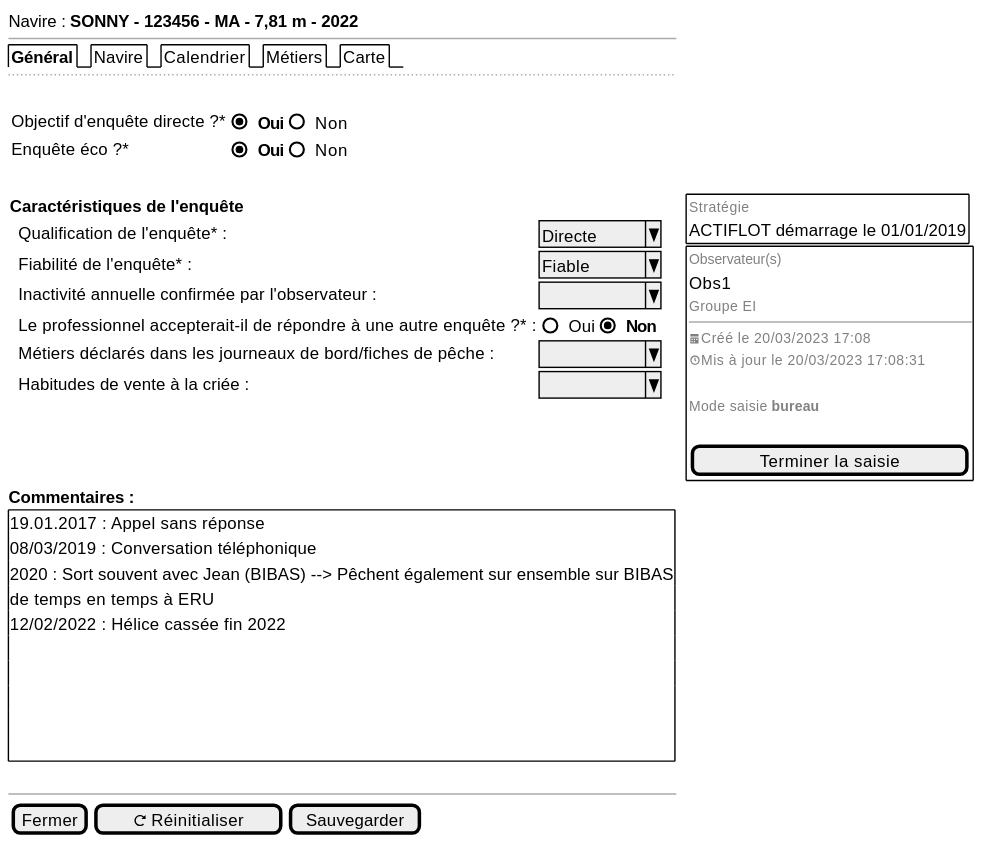
Above: projects/activity-calendar/spe/images/activity-calendar-new-general.svg in sumaris-net/sumaris-doc (PlantUML), before the change.
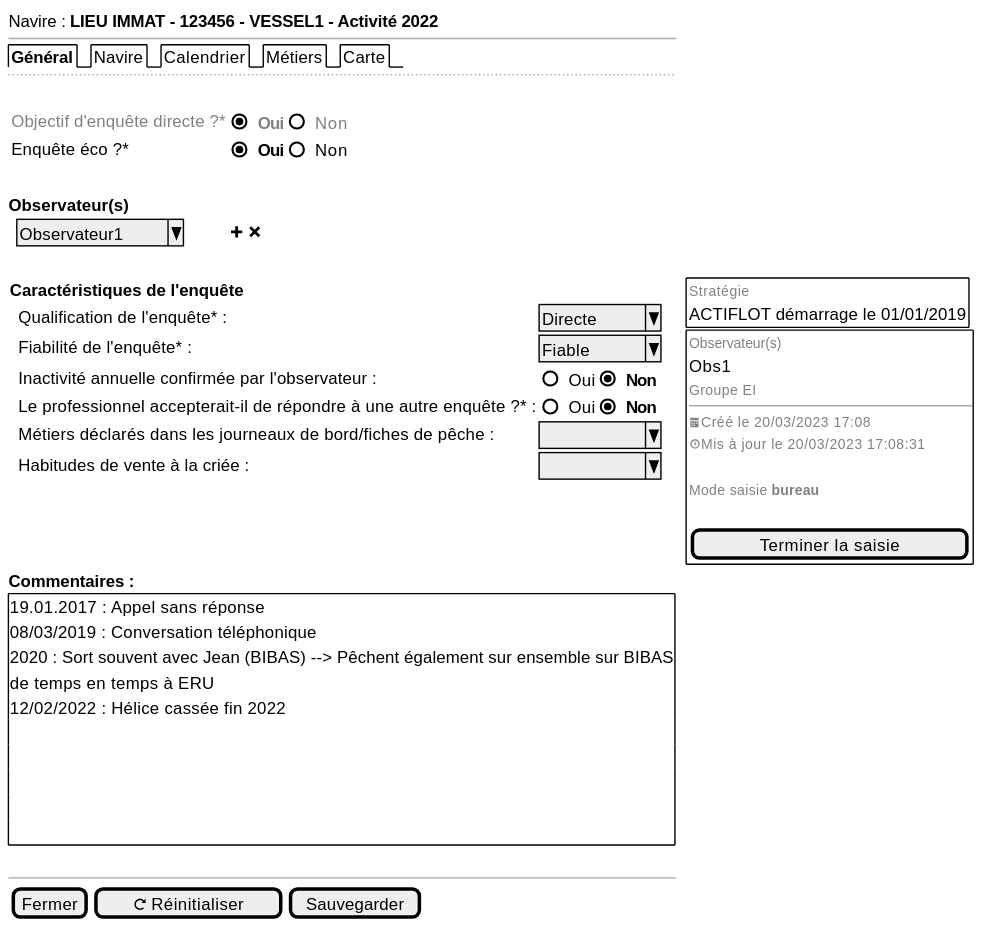
The same file after the commit.

Change to the diagram source:
```diff
@@ -1,21 +1,26 @@
 @startsalt
 {
-  Navire : <b>SONNY - 123456 - MA - 7,81 m - 2022
+  Navire : <b>LIEU IMMAT - 123456 - VESSEL1 - Activité 2022
   --
   {/ <b>Général | Navire | Calendrier | Métiers | Carte}
   ..
   .
   {{
-    Objectif d'enquête directe ?* | { (X) <b>Oui | () Non}
+<font color=grey>Objectif d'enquête directe ?* | { (X) <font color=grey><b>Oui | () <font color=grey>Non }
     Enquête éco ?* | { (X) <b>Oui | () Non }} |
   }
+.
+    <b>Observateur(s)
+       {
+       . | ^Observateur1 ^ | . |  . | . | . | . | . | <&plus> <&x>
+       }
   .
   {
   <b>Caractéristiques de l'enquête
      {
      . | Qualification de l'enquête* : | ^Directe  ^
      . | Fiabilité de l'enquête* : | ^Fiable   ^
-     . | Inactivité annuelle confirmée par l'observateur : | ^         ^
+     . | Inactivité annuelle confirmée par l'observateur : | { () Oui | (X) <b>Non }
      . | Le professionnel accepterait-il de répondre à une autre enquête ?* : | { () Oui | (X) <b>Non }
      . | Métiers déclarés dans les journeaux de bord/fiches de pêche : | ^         ^
      . | Habitudes de vente à la criée : | ^         ^
```
